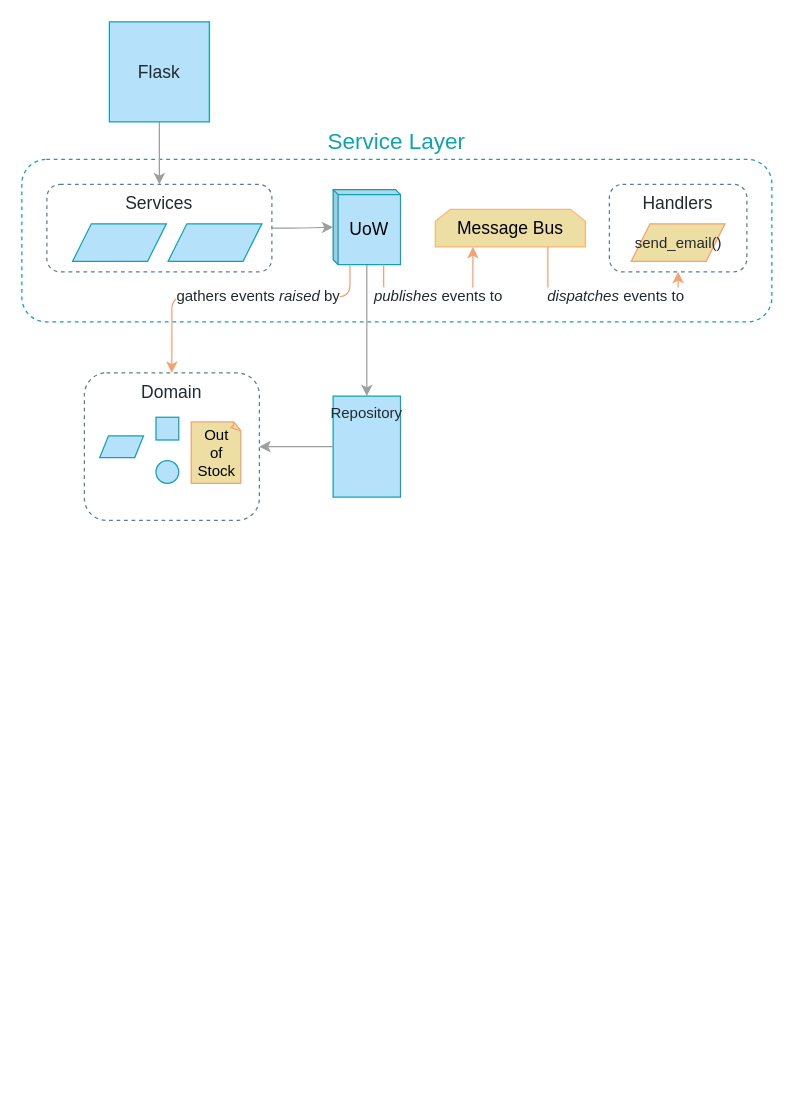
The draw.io diagram page "Chapter 7" (6 of 10) of maps.drawio in cosmicpython/book, before the edit. Source tidied: cells renumbered, new cells numbered last; positions are measured from the earlier drawing's top-left corner, leaving out a move shared by most shapes. Both pictures are drawn from the tidied source at 125%, with x=0, y=0 at pixel (21, 21).
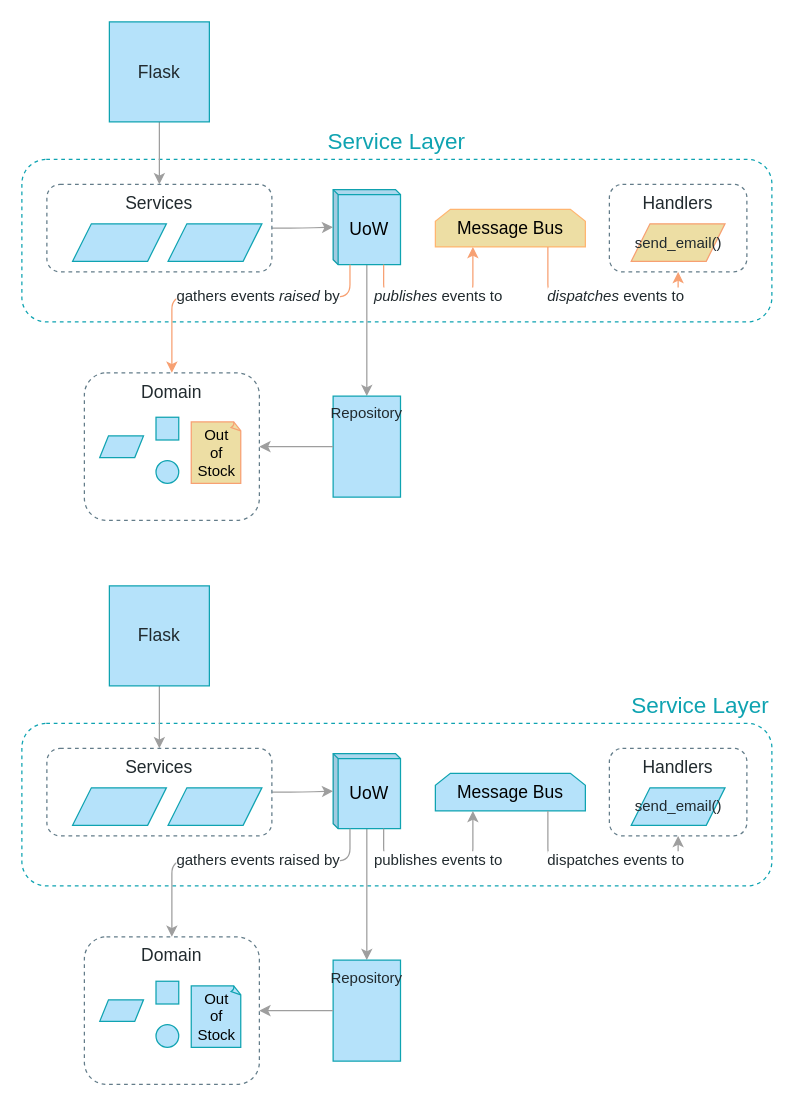
Above is the later version.

Change to the diagram source:
```diff
@@
+    <mxCell id="24" value="Handlers" style="rounded=1;whiteSpace=wrap;html=1;fontFamily=Guardian Sans Cond Light;verticalAlign=top;fontSize=14;fontColor=#212A2E;fillColor=none;strokeColor=#637C89;fontStyle=0;dashed=1;" parent="1" vertex="1">
+      <mxGeometry x="470" y="581.2" width="110" height="70" as="geometry" />
+    </mxCell>
+    <mxCell id="25" value="Service Layer" style="rounded=1;whiteSpace=wrap;html=1;shadow=0;dashed=1;fontFamily=Guardian Sans Cond Light;fontSize=18;fontColor=#0FA3B1;align=right;strokeColor=#0FA3B1;gradientColor=#ffffff;fillColor=none;labelPosition=center;verticalLabelPosition=top;verticalAlign=bottom;" parent="1" vertex="1">
+      <mxGeometry y="561.2" width="600" height="130" as="geometry" />
+    </mxCell>
+    <mxCell id="26" style="edgeStyle=orthogonalEdgeStyle;jettySize=auto;html=1;entryX=0.5;entryY=0;entryDx=0;entryDy=0;strokeColor=#9E9E9E;fillColor=#B5E2FA;fontFamily=Guardian Sans Cond Light;fontSize=12;fontColor=#212A2E;verticalAlign=middle;" parent="1" edge="1" source="27" target="42">
+      <mxGeometry relative="1" as="geometry">
+        <Array as="points">
+          <mxPoint x="110" y="561.2" />
+          <mxPoint x="110" y="561.2" />
+        </Array>
+      </mxGeometry>
+    </mxCell>
+    <mxCell id="27" value="Flask" style="whiteSpace=wrap;html=1;strokeColor=#0FA3B1;fillColor=#B5E2FA;gradientColor=none;fontFamily=Guardian Sans Cond Light;fontSize=14;fontColor=#212A2E;" parent="1" vertex="1">
+      <mxGeometry x="70" y="451.2" width="80" height="80" as="geometry" />
+    </mxCell>
+    <mxCell id="28" style="edgeStyle=orthogonalEdgeStyle;jettySize=auto;html=1;strokeColor=#9E9E9E;fillColor=#B5E2FA;fontFamily=Guardian Sans Cond Light;fontSize=12;fontColor=#212A2E;" parent="1" edge="1" source="29" target="36">
+      <mxGeometry relative="1" as="geometry" />
+    </mxCell>
+    <mxCell id="29" value="UoW" style="shape=cube;whiteSpace=wrap;html=1;boundedLbl=1;backgroundOutline=1;darkOpacity=0.05;darkOpacity2=0.1;fontFamily=Guardian Sans Cond Light;fontSize=14;fontColor=#000000;align=center;strokeColor=#0FA3B1;fillColor=#B5E2FA;size=4;" parent="1" vertex="1">
+      <mxGeometry x="249" y="585.4" width="53.9" height="60" as="geometry" />
+    </mxCell>
+    <mxCell id="30" style="edgeStyle=orthogonalEdgeStyle;jettySize=auto;html=1;strokeColor=#9E9E9E;fillColor=#B5E2FA;fontFamily=Guardian Sans Cond Light;fontSize=12;fontColor=#212A2E;" parent="1" edge="1" source="42" target="29">
+      <mxGeometry relative="1" as="geometry" />
+    </mxCell>
+    <mxCell id="31" value="Message Bus" style="shape=loopLimit;whiteSpace=wrap;html=1;fontFamily=Guardian Sans Cond Light;fontSize=14;fontColor=#000000;align=center;strokeColor=#0FA3B1;fillColor=#B5E2FA;size=12;" parent="1" vertex="1">
+      <mxGeometry x="330.8" y="601.2" width="120" height="30" as="geometry" />
+    </mxCell>
+    <mxCell id="32" value="Domain" style="rounded=1;whiteSpace=wrap;html=1;fontFamily=Guardian Sans Cond Light;verticalAlign=top;fontSize=14;fontColor=#212A2E;fillColor=none;strokeColor=#637C89;dashed=1;" parent="1" vertex="1">
+      <mxGeometry x="50" y="732" width="140" height="118" as="geometry" />
+    </mxCell>
+    <mxCell id="33" style="whiteSpace=wrap;html=1;fontSize=14;strokeColor=#0FA3B1;fillColor=#B5E2FA;fontFamily=Guardian Sans Cond Light;" parent="1" vertex="1">
+      <mxGeometry x="107.3" y="767.5" width="18.2" height="18.2" as="geometry" />
+    </mxCell>
+    <mxCell id="34" style="ellipse;whiteSpace=wrap;html=1;fontSize=14;strokeColor=#0FA3B1;fillColor=#B5E2FA;fontFamily=Guardian Sans Cond Light;" parent="1" vertex="1">
+      <mxGeometry x="107.3" y="802.2" width="18.2" height="18.2" as="geometry" />
+    </mxCell>
+    <mxCell id="35" style="shape=parallelogram;perimeter=parallelogramPerimeter;whiteSpace=wrap;html=1;fontFamily=Guardian Sans Cond Light;fontSize=14;fontColor=#000000;align=center;strokeColor=#0FA3B1;fillColor=#B5E2FA;" parent="1" vertex="1">
+      <mxGeometry x="62.3" y="782.3" width="35" height="17.3" as="geometry" />
+    </mxCell>
+    <mxCell id="36" value="Repository" style="whiteSpace=wrap;html=1;strokeColor=#0FA3B1;fillColor=#B5E2FA;gradientColor=none;fontFamily=Guardian Sans Cond Light;fontSize=12;fontColor=#212A2E;verticalAlign=top;" parent="1" vertex="1">
+      <mxGeometry x="249" y="750.6" width="53.9" height="80.8" as="geometry" />
+    </mxCell>
+    <mxCell id="37" value="&lt;div&gt;Out&lt;/div&gt;&lt;div&gt;of&lt;/div&gt;&lt;div&gt;Stock&lt;br&gt;&lt;/div&gt;" style="whiteSpace=wrap;html=1;shape=mxgraph.basic.document;rounded=1;strokeColor=#0FA3B1;fillColor=#B5E2FA;fontFamily=Guardian Sans Cond Light;fontSize=12;" parent="1" vertex="1">
+      <mxGeometry x="135.5" y="771.2" width="40" height="49.2" as="geometry" />
+    </mxCell>
+    <mxCell id="38" value="gathers events &lt;span&gt;raised&lt;/span&gt; by" style="edgeStyle=orthogonalEdgeStyle;jettySize=auto;html=1;strokeColor=#9E9E9E;fillColor=#B5E2FA;fontFamily=Guardian Sans Cond Light;fontSize=12;fontColor=#212A2E;exitX=0.25;exitY=1;exitDx=0;exitDy=0;entryX=0.5;entryY=0;entryDx=0;entryDy=0;fontStyle=0;" parent="1" edge="1" source="29" target="32">
+      <mxGeometry x="-0.14" relative="1" as="geometry">
+        <Array as="points">
+          <mxPoint x="263" y="671.2" />
+          <mxPoint x="120" y="671.2" />
+        </Array>
+      </mxGeometry>
+    </mxCell>
+    <mxCell id="39" value="&lt;span&gt;publishes&lt;/span&gt; events to" style="edgeStyle=orthogonalEdgeStyle;jettySize=auto;html=1;strokeColor=#9E9E9E;fillColor=#B5E2FA;fontFamily=Guardian Sans Cond Light;fontSize=12;fontColor=#212A2E;exitX=0.75;exitY=1;exitDx=0;exitDy=0;entryX=0.25;entryY=1;entryDx=0;entryDy=0;fontStyle=0;" parent="1" edge="1" source="29" target="31">
+      <mxGeometry relative="1" as="geometry">
+        <Array as="points">
+          <mxPoint x="289" y="671.2" />
+          <mxPoint x="360" y="671.2" />
+        </Array>
+      </mxGeometry>
+    </mxCell>
+    <mxCell id="40" value="&lt;span&gt;dispatches&lt;/span&gt; events to" style="edgeStyle=orthogonalEdgeStyle;jettySize=auto;html=1;strokeColor=#9E9E9E;fillColor=#B5E2FA;fontFamily=Guardian Sans Cond Light;fontSize=12;fontColor=#212A2E;exitX=0.75;exitY=1;exitDx=0;exitDy=0;entryX=0.5;entryY=1;entryDx=0;entryDy=0;fontStyle=0;" parent="1" edge="1" source="31" target="24">
+      <mxGeometry x="0.14" relative="1" as="geometry">
+        <Array as="points">
+          <mxPoint x="420" y="671.2" />
+          <mxPoint x="525" y="671.2" />
+        </Array>
+      </mxGeometry>
+    </mxCell>
+    <mxCell id="41" style="edgeStyle=orthogonalEdgeStyle;jettySize=auto;html=1;strokeColor=#9E9E9E;fillColor=#B5E2FA;fontFamily=Guardian Sans Cond Light;fontSize=12;fontColor=#212A2E;exitX=0;exitY=0.5;exitDx=0;exitDy=0;" parent="1" edge="1" source="36" target="32">
+      <mxGeometry relative="1" as="geometry" />
+    </mxCell>
+    <mxCell id="42" value="Services" style="rounded=1;whiteSpace=wrap;html=1;fontFamily=Guardian Sans Cond Light;verticalAlign=top;fontSize=14;fontColor=#212A2E;fillColor=none;strokeColor=#637C89;fontStyle=0;dashed=1;" parent="1" vertex="1">
+      <mxGeometry x="20" y="581.2" width="180" height="70" as="geometry" />
+    </mxCell>
+    <mxCell id="43" style="shape=parallelogram;perimeter=parallelogramPerimeter;whiteSpace=wrap;html=1;fontFamily=Guardian Sans Cond Light;fontSize=14;fontColor=#212A2E;align=center;strokeColor=#0FA3B1;fillColor=#B5E2FA;" parent="1" vertex="1">
+      <mxGeometry x="40.6" y="612.7" width="75" height="30" as="geometry" />
+    </mxCell>
+    <mxCell id="44" style="shape=parallelogram;perimeter=parallelogramPerimeter;whiteSpace=wrap;html=1;fontFamily=Guardian Sans Cond Light;fontSize=14;fontColor=#212A2E;align=center;strokeColor=#0FA3B1;fillColor=#B5E2FA;" parent="1" vertex="1">
+      <mxGeometry x="117" y="612.7" width="75" height="30" as="geometry" />
+    </mxCell>
+    <mxCell id="45" value="send_email()" style="shape=parallelogram;perimeter=parallelogramPerimeter;whiteSpace=wrap;html=1;fontFamily=Guardian Sans Cond Light;fontSize=12;fontColor=#212A2E;align=center;strokeColor=#0FA3B1;fillColor=#B5E2FA;" parent="1" vertex="1">
+      <mxGeometry x="487.5" y="612.7" width="75" height="30" as="geometry" />
+    </mxCell>
```
